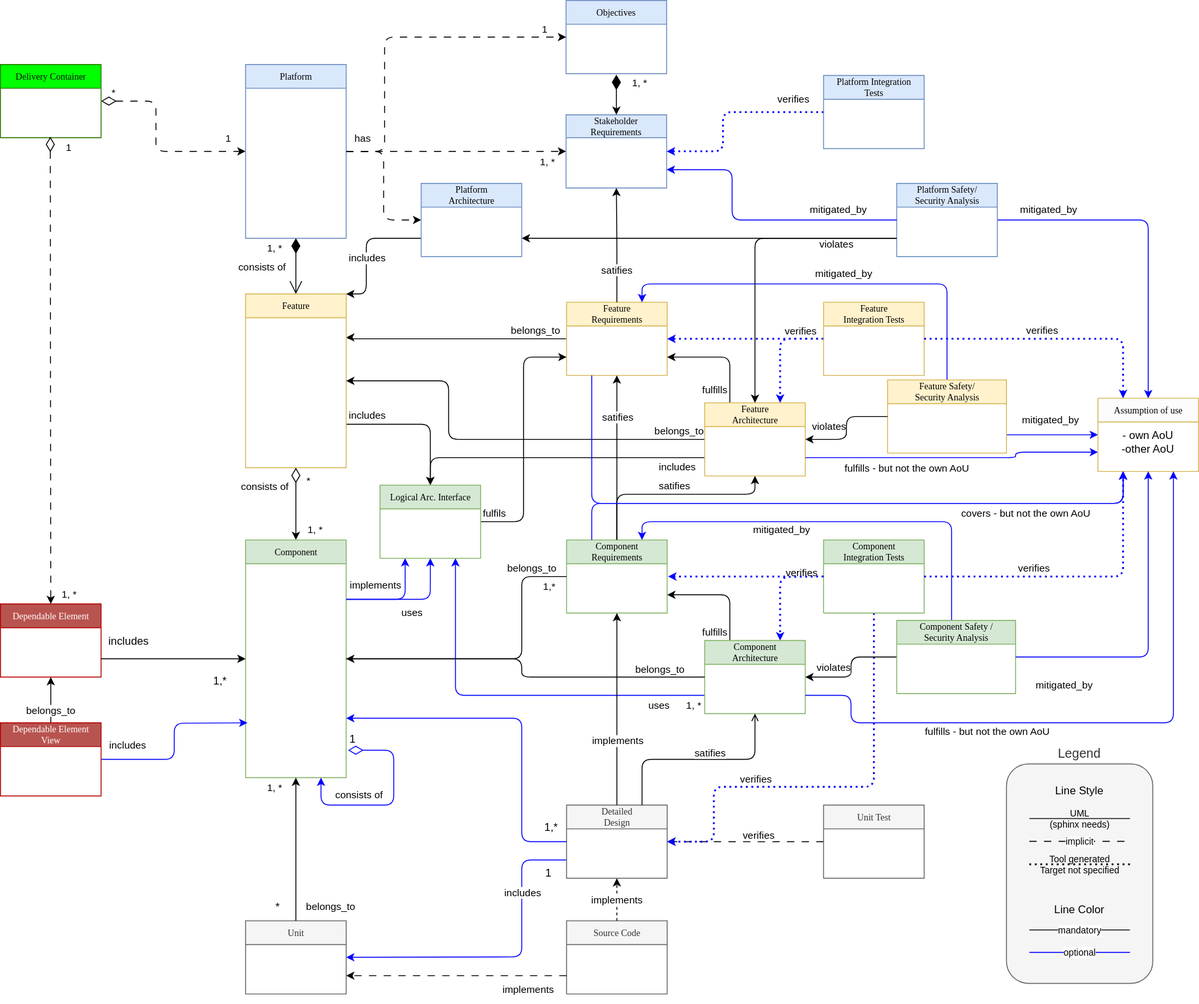
This is pr-633/_images/score_building_blocks_meta_model.drawio.svg from eclipse-score/process_description, a draw.io export, as it was before one commit. Source tidied: cells renumbered, new cells last; positions are measured from the earlier drawing's top-left corner, leaving out a move shared by most shapes.
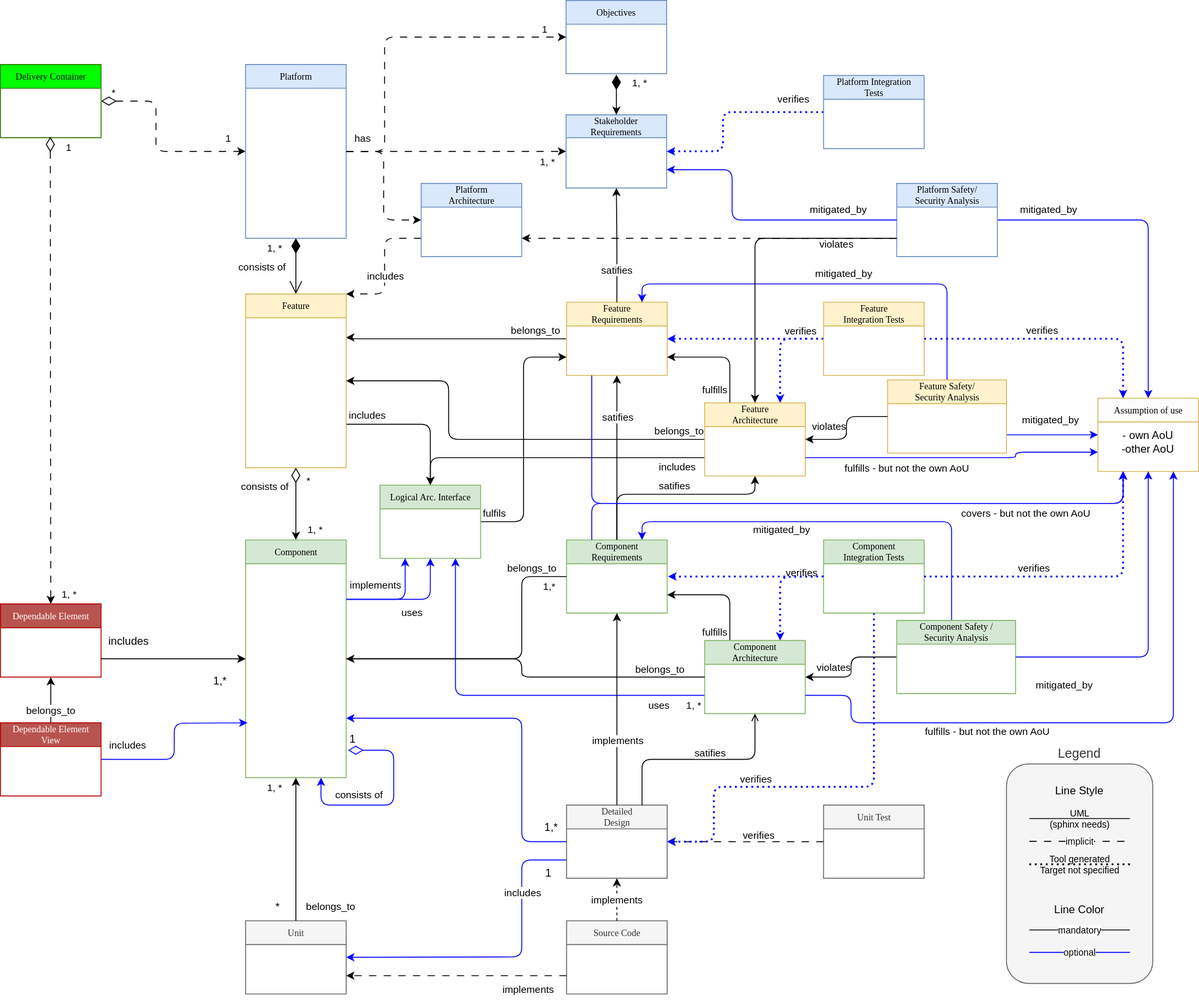
Later version of the same file.

Diff of the diagram source:
```diff
@@ -480,7 +480,7 @@
         <mxPoint x="980" y="240" as="targetPoint" />
       </mxGeometry>
     </mxCell>
-    <mxCell id="105" style="edgeStyle=orthogonalEdgeStyle;html=1;exitX=0;exitY=0.75;exitDx=0;exitDy=0;entryX=1;entryY=0.75;entryDx=0;entryDy=0;" parent="1" edge="1" source="106" target="143">
+    <mxCell id="105" style="edgeStyle=orthogonalEdgeStyle;html=1;exitX=0;exitY=0.75;exitDx=0;exitDy=0;entryX=1;entryY=0.75;entryDx=0;entryDy=0;rounded=1;dashed=1;dashPattern=8 8;strokeColor=default;align=center;verticalAlign=middle;fontFamily=Helvetica;fontSize=11;fontColor=default;labelBackgroundColor=default;endArrow=classic;" parent="1" edge="1" source="106" target="143">
       <mxGeometry relative="1" as="geometry">
         <Array as="points">
           <mxPoint x="700" y="260" />
@@ -668,15 +668,15 @@
     <mxCell id="140" value="covers - but not the own AoU" style="edgeLabel;html=1;align=center;verticalAlign=middle;" parent="1" vertex="1">
       <mxGeometry x="1120" y="560" as="geometry" />
     </mxCell>
-    <mxCell id="141" style="edgeStyle=orthogonalEdgeStyle;html=1;exitX=0;exitY=0.75;exitDx=0;exitDy=0;entryX=1;entryY=0;entryDx=0;entryDy=0;" parent="1" edge="1" source="143" target="7">
+    <mxCell id="141" style="edgeStyle=orthogonalEdgeStyle;html=1;exitX=0;exitY=0.75;exitDx=0;exitDy=0;entryX=1;entryY=0;entryDx=0;entryDy=0;rounded=1;dashed=1;dashPattern=8 8;strokeColor=default;align=center;verticalAlign=middle;fontFamily=Helvetica;fontSize=11;fontColor=default;labelBackgroundColor=default;endArrow=classic;" parent="1" edge="1" source="143" target="7">
       <mxGeometry relative="1" as="geometry">
         <Array as="points">
-          <mxPoint x="400" y="260" />
-          <mxPoint x="400" y="321" />
+          <mxPoint x="420" y="260" />
+          <mxPoint x="420" y="321" />
         </Array>
       </mxGeometry>
     </mxCell>
-    <mxCell id="142" value="includes" style="edgeLabel;html=1;align=center;verticalAlign=middle;" parent="141" vertex="1">
+    <mxCell id="142" value="includes" style="edgeLabel;html=1;align=center;verticalAlign=middle;rounded=1;dashed=1;dashPattern=8 8;strokeColor=default;fontFamily=Helvetica;fontSize=11;fontColor=default;labelBackgroundColor=default;" parent="141" vertex="1">
       <mxGeometry x="0.13" relative="1" as="geometry" />
     </mxCell>
     <mxCell id="143" value="Platform&lt;br&gt;Architecture" style="swimlane;html=1;fontStyle=0;horizontal=1;startSize=26;fillColor=#dae8fc;swimlaneFillColor=#ffffff;rounded=0;shadow=0;comic=0;labelBackgroundColor=none;strokeWidth=1;fontFamily=Verdana;fontSize=10;align=center;strokeColor=#6c8ebf;" parent="1" vertex="1">
```
